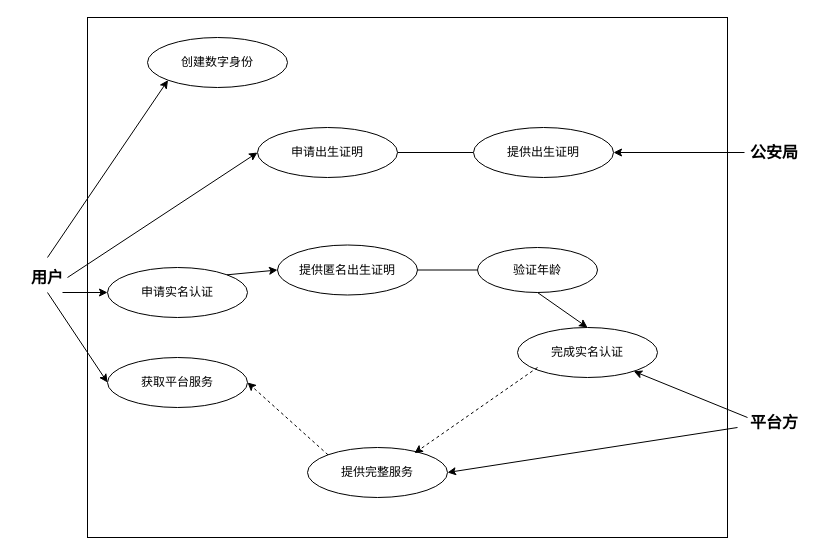
Above: 未命名绘图.drawio in Quantumae/Blockchain (draw.io), before the change. Source tidied: cells renumbered, new cells numbered last; positions are measured from the earlier drawing's top-left corner, leaving out a move shared by most shapes. Both pictures are drawn from the tidied source at 100%, with x=0, y=0 at pixel (17, 17).
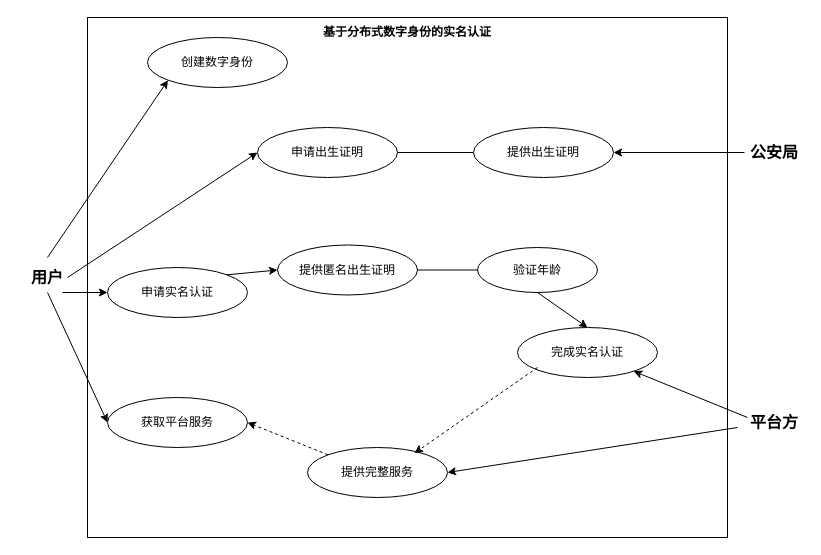
The same diagram, later.

Commit message:
分布式数字身份实名认证场景.drawio

Change to the diagram source:
```diff
@@
     <mxCell id="26" value="获取平台服务" style="ellipse;whiteSpace=wrap;html=1;" parent="1" vertex="1">
-      <mxGeometry x="90" y="340" width="140" height="50" as="geometry" />
+      <mxGeometry x="90" y="380" width="140" height="50" as="geometry" />
     </mxCell>
@@
+    <mxCell id="28" value="&lt;b&gt;基于分布式数字身份的实名认证&lt;/b&gt;" style="text;html=1;align=center;verticalAlign=middle;whiteSpace=wrap;rounded=0;" parent="1" vertex="1">
+      <mxGeometry x="297" width="186" height="30" as="geometry" />
+    </mxCell>
```
